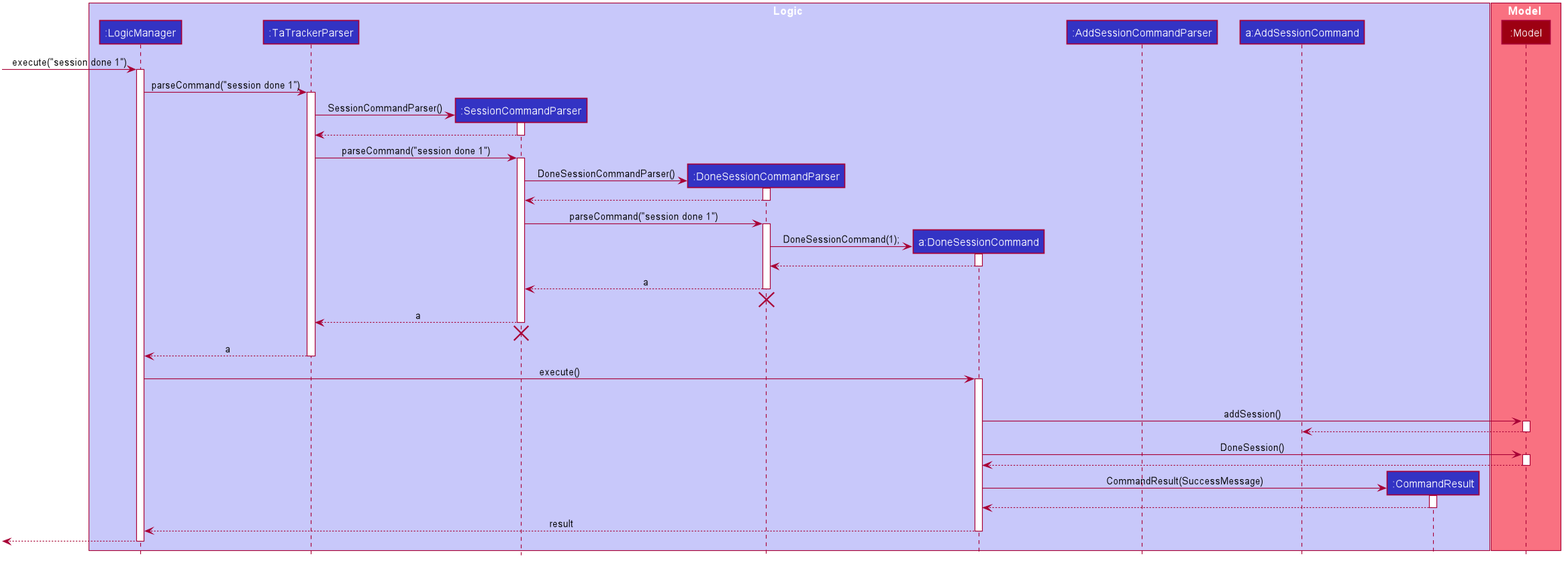
aakanksha-rai/main keeps this PlantUML diagram as images/DoneSessionSequenceDiagram.png. Above is the earlier version.
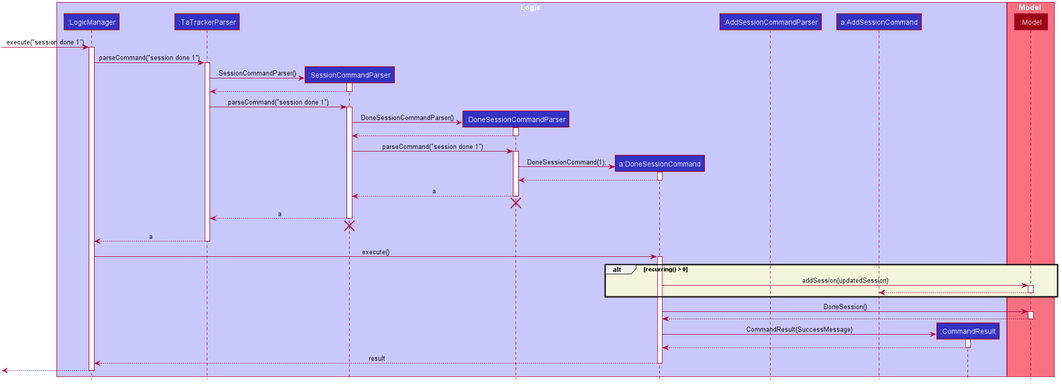
The same file after the commit.

The edit, as a diff of the source:
```diff
@@ -107,11 +107,13 @@
 LogicManager -> DoneSessionCommand : execute()
 activate DoneSessionCommand
 
-alt recurring() != 0
-    DoneSessionCommand -> Model : addSession()
+alt #beige recurring() > 0
+    DoneSessionCommand -> Model : addSession(updatedSession)
     activate Model
     Model --> AddSessionCommand
     deactivate Model
+
+end
 
 DoneSessionCommand -> Model : DoneSession()
 activate Model
```
